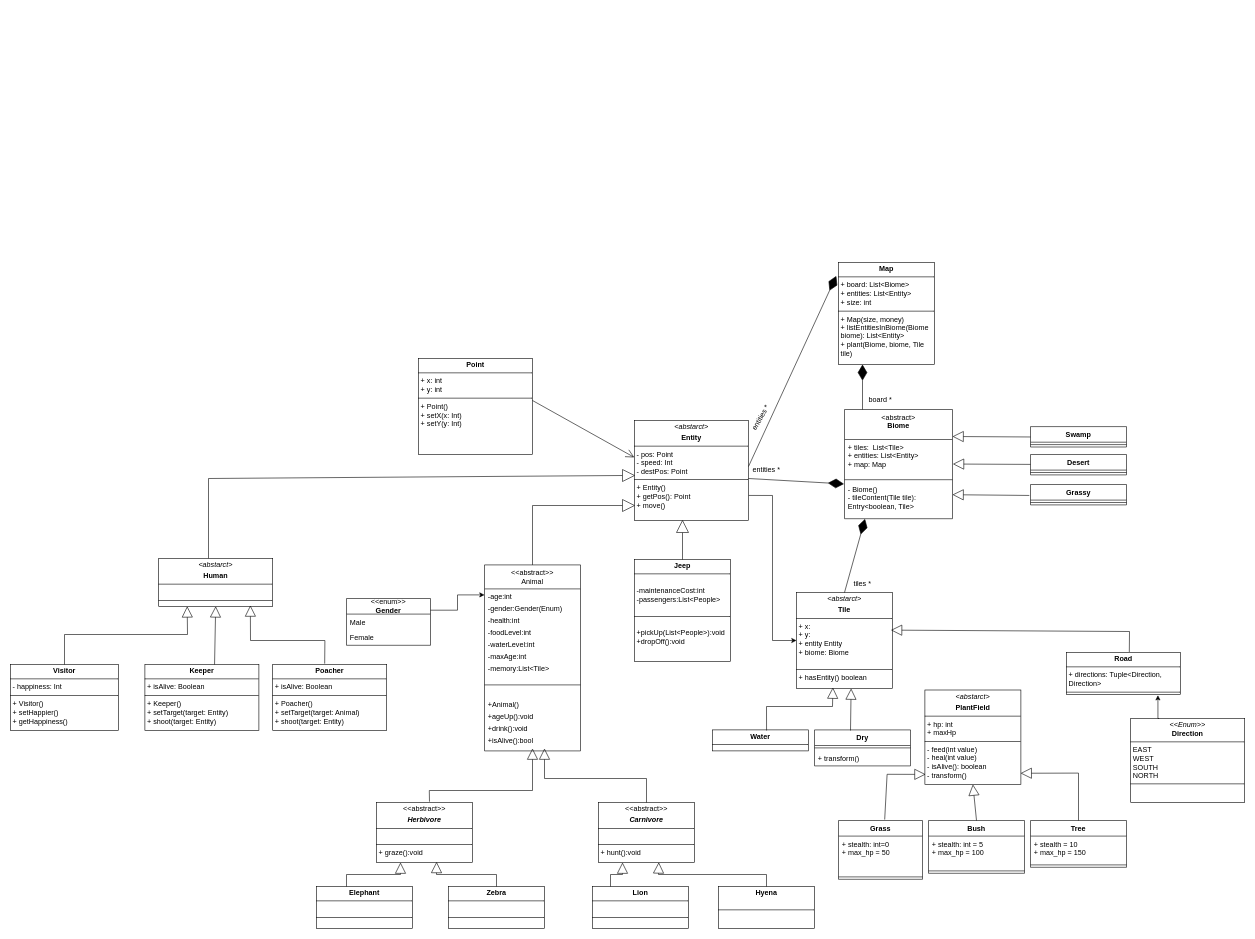
Before: diagrams/Class_UML_diagrams/uml_diagram.drawio in AndrasMajor/SafariSimulator, a draw.io diagram. Source tidied: cells renumbered, new cells numbered last; positions are measured from the earlier drawing's top-left corner, leaving out a move shared by most shapes. Both pictures are drawn from the tidied source at 60%, with x=0, y=0 at pixel (10, 262).
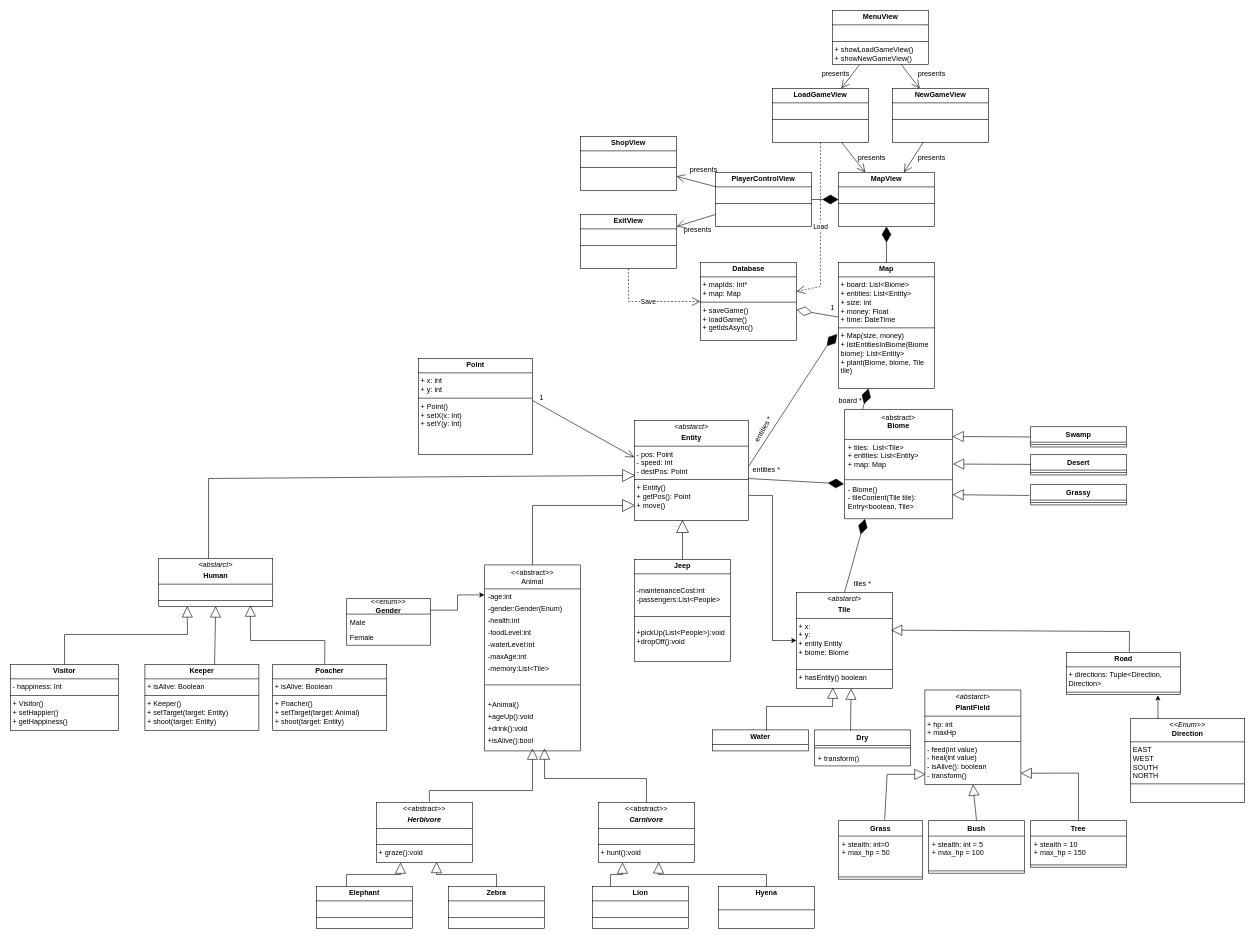
The same page after the edit.

Commit message:
View-k hozzáadása

Unchanged cells that the change refers to:
```xml
<mxCell id="3" value="&lt;span style=&quot;font-weight: normal;&quot;&gt;&amp;lt;abstract&amp;gt;&lt;/span&gt;&lt;div&gt;Biome&lt;/div&gt;" style="swimlane;fontStyle=1;align=center;verticalAlign=top;horizontal=1;startSize=50;whiteSpace=wrap;html=1;" parent="1" vertex="1">
  <mxGeometry x="1390" y="245" width="180" height="182" as="geometry" />
</mxCell>
```

The edit, as a diff of the source:
```diff
@@
-    <mxCell id="2" value="&lt;p style=&quot;margin:0px;margin-top:4px;text-align:center;&quot;&gt;&lt;b&gt;Map&lt;/b&gt;&lt;/p&gt;&lt;hr size=&quot;1&quot; style=&quot;border-style:solid;&quot;&gt;&lt;p style=&quot;margin:0px;margin-left:4px;&quot;&gt;+ board: List&amp;lt;Biome&amp;gt;&lt;/p&gt;&lt;p style=&quot;margin:0px;margin-left:4px;&quot;&gt;+ entities: List&amp;lt;Entity&amp;gt;&lt;/p&gt;&lt;p style=&quot;margin:0px;margin-left:4px;&quot;&gt;+ size: int&lt;/p&gt;&lt;hr size=&quot;1&quot; style=&quot;border-style:solid;&quot;&gt;&lt;p style=&quot;margin:0px;margin-left:4px;&quot;&gt;+ Map(size, money)&lt;/p&gt;&lt;p style=&quot;margin:0px;margin-left:4px;&quot;&gt;+ listEntitiesInBiome(Biome biome): List&amp;lt;Entity&amp;gt;&lt;/p&gt;&lt;p style=&quot;margin:0px;margin-left:4px;&quot;&gt;+ plant(Biome, biome, Tile tile)&lt;/p&gt;&lt;p style=&quot;margin:0px;margin-left:4px;&quot;&gt;&lt;br&gt;&lt;/p&gt;&lt;p style=&quot;margin:0px;margin-left:4px;&quot;&gt;&lt;br&gt;&lt;/p&gt;&lt;p style=&quot;margin:0px;margin-left:4px;&quot;&gt;&lt;br&gt;&lt;/p&gt;&lt;p style=&quot;margin:0px;margin-left:4px;&quot;&gt;&lt;br&gt;&lt;/p&gt;" style="verticalAlign=top;align=left;overflow=fill;html=1;whiteSpace=wrap;" parent="1" vertex="1">
-      <mxGeometry x="1380" width="160" height="170" as="geometry" />
+    <mxCell id="2" value="&lt;p style=&quot;margin:0px;margin-top:4px;text-align:center;&quot;&gt;&lt;b&gt;Map&lt;/b&gt;&lt;/p&gt;&lt;hr size=&quot;1&quot; style=&quot;border-style:solid;&quot;&gt;&lt;p style=&quot;margin:0px;margin-left:4px;&quot;&gt;+ board: List&amp;lt;Biome&amp;gt;&lt;/p&gt;&lt;p style=&quot;margin:0px;margin-left:4px;&quot;&gt;+ entities: List&amp;lt;Entity&amp;gt;&lt;/p&gt;&lt;p style=&quot;margin:0px;margin-left:4px;&quot;&gt;+ size: int&lt;/p&gt;&lt;p style=&quot;margin:0px;margin-left:4px;&quot;&gt;+ money: Float&lt;/p&gt;&lt;p style=&quot;margin:0px;margin-left:4px;&quot;&gt;+ time: DateTime&lt;/p&gt;&lt;hr size=&quot;1&quot; style=&quot;border-style:solid;&quot;&gt;&lt;p style=&quot;margin:0px;margin-left:4px;&quot;&gt;+ Map(size, money)&lt;/p&gt;&lt;p style=&quot;margin:0px;margin-left:4px;&quot;&gt;+ listEntitiesInBiome(Biome biome): List&amp;lt;Entity&amp;gt;&lt;/p&gt;&lt;p style=&quot;margin:0px;margin-left:4px;&quot;&gt;+ plant(Biome, biome, Tile tile)&lt;/p&gt;" style="verticalAlign=top;align=left;overflow=fill;html=1;whiteSpace=wrap;" parent="1" vertex="1">
+      <mxGeometry x="1380" width="160" height="210" as="geometry" />
     </mxCell>
@@
-    <mxCell id="4" style="endArrow=diamondThin;endFill=1;endSize=24;html=1;rounded=0;" parent="3" edge="1">
+    <mxCell id="4" style="endArrow=diamondThin;endFill=1;endSize=24;html=1;rounded=0;" parent="3" edge="1" target="2">
       <mxGeometry relative="1" as="geometry">
         <mxPoint x="30" as="sourcePoint" />
-        <mxPoint x="30" y="-75" as="targetPoint" />
       </mxGeometry>
     </mxCell>
@@
-    <mxCell id="37" style="endArrow=diamondThin;endFill=1;endSize=24;html=1;rounded=0;entryX=-0.023;entryY=0.132;entryDx=0;entryDy=0;entryPerimeter=0;" parent="1" edge="1" target="2">
+    <mxCell id="37" style="endArrow=diamondThin;endFill=1;endSize=24;html=1;rounded=0;entryX=-0.013;entryY=0.567;entryDx=0;entryDy=0;entryPerimeter=0;" parent="1" edge="1" target="2">
       <mxGeometry relative="1" as="geometry">
         <mxPoint x="1230" y="340" as="sourcePoint" />
+        <Array as="points">
+          <mxPoint x="1360" y="140" />
+        </Array>
       </mxGeometry>
     </mxCell>
@@
     <mxCell id="91" value="entities *" style="text;html=1;align=center;verticalAlign=middle;whiteSpace=wrap;rounded=0;rotation=-60;" parent="1" vertex="1">
-      <mxGeometry x="1220" y="243.5" width="60" height="30" as="geometry" />
+      <mxGeometry x="1225" y="263" width="60" height="30" as="geometry" />
     </mxCell>
@@
     <mxCell id="93" value="board *" style="text;html=1;align=center;verticalAlign=middle;whiteSpace=wrap;rounded=0;rotation=0;" parent="1" vertex="1">
-      <mxGeometry x="1420" y="213.5" width="60" height="30" as="geometry" />
+      <mxGeometry x="1370" y="215" width="60" height="30" as="geometry" />
     </mxCell>
@@
+    <mxCell id="95" value="&lt;p style=&quot;margin:0px;margin-top:4px;text-align:center;&quot;&gt;&lt;b&gt;MenuView&lt;/b&gt;&lt;/p&gt;&lt;hr size=&quot;1&quot; style=&quot;border-style:solid;&quot;&gt;&lt;p style=&quot;margin:0px;margin-left:4px;&quot;&gt;&lt;br&gt;&lt;/p&gt;&lt;hr size=&quot;1&quot; style=&quot;border-style:solid;&quot;&gt;&lt;p style=&quot;margin:0px;margin-left:4px;&quot;&gt;+ showLoadGameView()&lt;/p&gt;&lt;p style=&quot;margin:0px;margin-left:4px;&quot;&gt;+ showNewGameView()&lt;/p&gt;" style="verticalAlign=top;align=left;overflow=fill;html=1;whiteSpace=wrap;" parent="1" vertex="1">
+      <mxGeometry x="1370" y="-420" width="160" height="90" as="geometry" />
+    </mxCell>
+    <mxCell id="96" value="&lt;p style=&quot;margin:0px;margin-top:4px;text-align:center;&quot;&gt;&lt;b&gt;NewGameView&lt;/b&gt;&lt;/p&gt;&lt;hr size=&quot;1&quot; style=&quot;border-style:solid;&quot;&gt;&lt;p style=&quot;margin:0px;margin-left:4px;&quot;&gt;&lt;br&gt;&lt;/p&gt;&lt;hr size=&quot;1&quot; style=&quot;border-style:solid;&quot;&gt;&lt;p style=&quot;margin:0px;margin-left:4px;&quot;&gt;&lt;br&gt;&lt;/p&gt;" style="verticalAlign=top;align=left;overflow=fill;html=1;whiteSpace=wrap;" parent="1" vertex="1">
+      <mxGeometry x="1470" y="-290" width="160" height="90" as="geometry" />
+    </mxCell>
+    <mxCell id="97" value="&lt;p style=&quot;margin:0px;margin-top:4px;text-align:center;&quot;&gt;&lt;b&gt;LoadGameView&lt;/b&gt;&lt;/p&gt;&lt;hr size=&quot;1&quot; style=&quot;border-style:solid;&quot;&gt;&lt;p style=&quot;margin:0px;margin-left:4px;&quot;&gt;&lt;br&gt;&lt;/p&gt;&lt;hr size=&quot;1&quot; style=&quot;border-style:solid;&quot;&gt;&lt;p style=&quot;margin:0px;margin-left:4px;&quot;&gt;&lt;br&gt;&lt;/p&gt;" style="verticalAlign=top;align=left;overflow=fill;html=1;whiteSpace=wrap;" parent="1" vertex="1">
+      <mxGeometry x="1270" y="-290" width="160" height="90" as="geometry" />
+    </mxCell>
+    <mxCell id="98" value="&lt;p style=&quot;margin:0px;margin-top:4px;text-align:center;&quot;&gt;&lt;b&gt;MapView&lt;/b&gt;&lt;/p&gt;&lt;hr size=&quot;1&quot; style=&quot;border-style:solid;&quot;&gt;&lt;p style=&quot;margin:0px;margin-left:4px;&quot;&gt;&lt;br&gt;&lt;/p&gt;&lt;hr size=&quot;1&quot; style=&quot;border-style:solid;&quot;&gt;&lt;p style=&quot;margin:0px;margin-left:4px;&quot;&gt;&lt;br&gt;&lt;/p&gt;" style="verticalAlign=top;align=left;overflow=fill;html=1;whiteSpace=wrap;" parent="1" vertex="1">
+      <mxGeometry x="1380" y="-150" width="160" height="90" as="geometry" />
+    </mxCell>
+    <mxCell id="99" value="&lt;p style=&quot;margin:0px;margin-top:4px;text-align:center;&quot;&gt;&lt;b&gt;PlayerControlView&lt;/b&gt;&lt;/p&gt;&lt;hr size=&quot;1&quot; style=&quot;border-style:solid;&quot;&gt;&lt;p style=&quot;margin:0px;margin-left:4px;&quot;&gt;&lt;br&gt;&lt;/p&gt;&lt;hr size=&quot;1&quot; style=&quot;border-style:solid;&quot;&gt;&lt;p style=&quot;margin:0px;margin-left:4px;&quot;&gt;&lt;br&gt;&lt;/p&gt;" style="verticalAlign=top;align=left;overflow=fill;html=1;whiteSpace=wrap;" parent="1" vertex="1">
+      <mxGeometry x="1175" y="-150" width="160" height="90" as="geometry" />
+    </mxCell>
+    <mxCell id="100" value="&lt;p style=&quot;margin:0px;margin-top:4px;text-align:center;&quot;&gt;&lt;b&gt;ShopView&lt;/b&gt;&lt;/p&gt;&lt;hr size=&quot;1&quot; style=&quot;border-style:solid;&quot;&gt;&lt;p style=&quot;margin:0px;margin-left:4px;&quot;&gt;&lt;br&gt;&lt;/p&gt;&lt;hr size=&quot;1&quot; style=&quot;border-style:solid;&quot;&gt;&lt;p style=&quot;margin:0px;margin-left:4px;&quot;&gt;&lt;br&gt;&lt;/p&gt;" style="verticalAlign=top;align=left;overflow=fill;html=1;whiteSpace=wrap;" parent="1" vertex="1">
+      <mxGeometry x="950" y="-210" width="160" height="90" as="geometry" />
+    </mxCell>
+    <mxCell id="101" value="&lt;p style=&quot;margin:0px;margin-top:4px;text-align:center;&quot;&gt;&lt;b&gt;ExitView&lt;/b&gt;&lt;/p&gt;&lt;hr size=&quot;1&quot; style=&quot;border-style:solid;&quot;&gt;&lt;p style=&quot;margin:0px;margin-left:4px;&quot;&gt;&lt;br&gt;&lt;/p&gt;&lt;hr size=&quot;1&quot; style=&quot;border-style:solid;&quot;&gt;&lt;p style=&quot;margin:0px;margin-left:4px;&quot;&gt;&lt;br&gt;&lt;/p&gt;" style="verticalAlign=top;align=left;overflow=fill;html=1;whiteSpace=wrap;" parent="1" vertex="1">
+      <mxGeometry x="950" y="-80" width="160" height="90" as="geometry" />
+    </mxCell>
+    <mxCell id="102" value="1" style="text;html=1;align=center;verticalAlign=middle;strokeColor=none;fillColor=none;" parent="1" vertex="1">
+      <mxGeometry x="870" y="210" width="30" height="30" as="geometry" />
+    </mxCell>
+    <mxCell id="103" style="endArrow=diamondThin;endFill=1;endSize=24;html=1;rounded=0;" parent="1" edge="1" source="2" target="98">
+      <mxGeometry relative="1" as="geometry" />
+    </mxCell>
+    <mxCell id="104" style="endArrow=open;endFill=1;endSize=12;html=1;rounded=0;" parent="1" edge="1" source="97" target="98">
+      <mxGeometry relative="1" as="geometry" />
+    </mxCell>
+    <mxCell id="105" style="endArrow=open;endFill=1;endSize=12;html=1;rounded=0;" parent="1" edge="1" source="96" target="98">
+      <mxGeometry relative="1" as="geometry" />
+    </mxCell>
+    <mxCell id="106" value="presents" style="text;html=1;align=center;verticalAlign=middle;strokeColor=none;fillColor=none;" parent="1" vertex="1">
+      <mxGeometry x="1500" y="-190" width="70" height="30" as="geometry" />
+    </mxCell>
+    <mxCell id="107" value="presents" style="text;html=1;align=center;verticalAlign=middle;strokeColor=none;fillColor=none;" parent="1" vertex="1">
+      <mxGeometry x="1400" y="-190" width="70" height="30" as="geometry" />
+    </mxCell>
+    <mxCell id="108" style="endArrow=open;endFill=1;endSize=12;html=1;rounded=0;" parent="1" edge="1" source="95" target="97">
+      <mxGeometry relative="1" as="geometry" />
+    </mxCell>
+    <mxCell id="109" style="endArrow=open;endFill=1;endSize=12;html=1;rounded=0;" parent="1" edge="1" source="95" target="96">
+      <mxGeometry relative="1" as="geometry" />
+    </mxCell>
+    <mxCell id="110" value="presents" style="text;html=1;align=center;verticalAlign=middle;strokeColor=none;fillColor=none;" parent="1" vertex="1">
+      <mxGeometry x="1500" y="-330" width="70" height="30" as="geometry" />
+    </mxCell>
+    <mxCell id="111" value="presents" style="text;html=1;align=center;verticalAlign=middle;strokeColor=none;fillColor=none;" parent="1" vertex="1">
+      <mxGeometry x="1340" y="-330" width="70" height="30" as="geometry" />
+    </mxCell>
+    <mxCell id="112" style="endArrow=diamondThin;endFill=1;endSize=24;html=1;rounded=0;" parent="1" edge="1" source="99" target="98">
+      <mxGeometry relative="1" as="geometry" />
+    </mxCell>
+    <mxCell id="113" style="endArrow=open;endFill=1;endSize=12;html=1;rounded=0;" parent="1" edge="1" source="99" target="100">
+      <mxGeometry relative="1" as="geometry" />
+    </mxCell>
+    <mxCell id="114" style="endArrow=open;endFill=1;endSize=12;html=1;rounded=0;" parent="1" edge="1" source="99" target="101">
+      <mxGeometry relative="1" as="geometry" />
+    </mxCell>
+    <mxCell id="115" value="presents" style="text;html=1;align=center;verticalAlign=middle;strokeColor=none;fillColor=none;" parent="1" vertex="1">
+      <mxGeometry x="1110" y="-70" width="70" height="30" as="geometry" />
+    </mxCell>
+    <mxCell id="116" value="presents" style="text;html=1;align=center;verticalAlign=middle;strokeColor=none;fillColor=none;" parent="1" vertex="1">
+      <mxGeometry x="1120" y="-170" width="70" height="30" as="geometry" />
+    </mxCell>
+    <mxCell id="117" value="&lt;p style=&quot;margin:0px;margin-top:4px;text-align:center;&quot;&gt;&lt;b&gt;Database&lt;/b&gt;&lt;/p&gt;&lt;hr size=&quot;1&quot; style=&quot;border-style:solid;&quot;&gt;&lt;p style=&quot;margin:0px;margin-left:4px;&quot;&gt;&lt;span style=&quot;background-color: transparent; color: light-dark(rgb(0, 0, 0), rgb(255, 255, 255));&quot;&gt;+ mapIds: Int*&lt;/span&gt;&lt;/p&gt;&lt;p style=&quot;margin:0px;margin-left:4px;&quot;&gt;&lt;span style=&quot;background-color: transparent; color: light-dark(rgb(0, 0, 0), rgb(255, 255, 255));&quot;&gt;+ map: Map&lt;/span&gt;&lt;/p&gt;&lt;hr size=&quot;1&quot; style=&quot;border-style:solid;&quot;&gt;&lt;p style=&quot;margin:0px;margin-left:4px;&quot;&gt;+ saveGame()&lt;/p&gt;&lt;p style=&quot;margin:0px;margin-left:4px;&quot;&gt;+ loadGame()&lt;/p&gt;&lt;p style=&quot;margin:0px;margin-left:4px;&quot;&gt;+ getIdsAsync()&lt;/p&gt;" style="verticalAlign=top;align=left;overflow=fill;html=1;whiteSpace=wrap;" parent="1" vertex="1">
+      <mxGeometry x="1150" width="160" height="130" as="geometry" />
+    </mxCell>
+    <mxCell id="118" style="endArrow=diamondThin;endFill=0;endSize=24;html=1;rounded=0;" parent="1" edge="1" source="2" target="117">
+      <mxGeometry relative="1" as="geometry" />
+    </mxCell>
+    <mxCell id="119" value="1" style="text;html=1;align=center;verticalAlign=middle;strokeColor=none;fillColor=none;" parent="1" vertex="1">
+      <mxGeometry x="1355" y="60" width="30" height="30" as="geometry" />
+    </mxCell>
+    <mxCell id="120" value="Save" style="endArrow=open;endSize=12;dashed=1;html=1;rounded=0;" parent="1" edge="1" source="101" target="117">
+      <mxGeometry relative="1" as="geometry">
+        <Array as="points">
+          <mxPoint x="1030" y="65" />
+        </Array>
+      </mxGeometry>
+    </mxCell>
+    <mxCell id="121" value="Load" style="endArrow=open;endSize=12;dashed=1;html=1;rounded=0;" parent="1" edge="1" source="97" target="117">
+      <mxGeometry relative="1" as="geometry">
+        <Array as="points">
+          <mxPoint x="1350" y="40" />
+        </Array>
+      </mxGeometry>
+    </mxCell>
```
